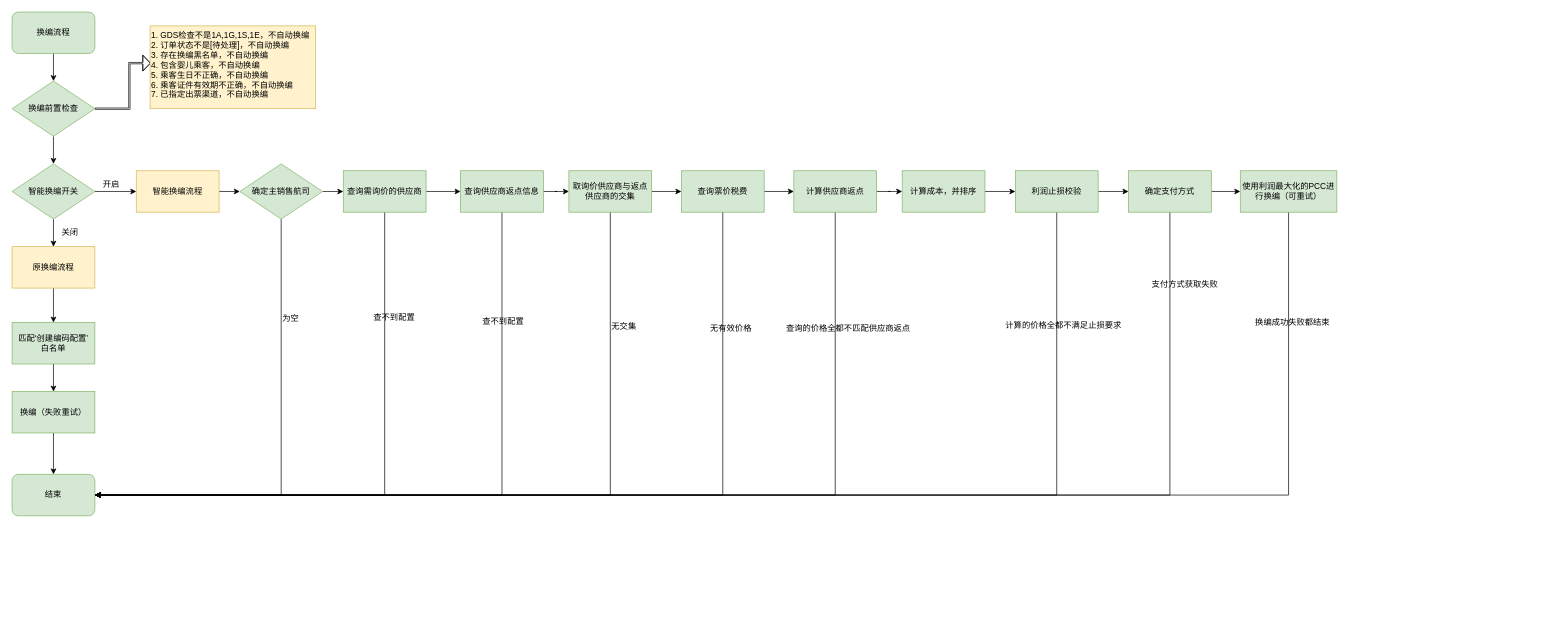
Earlier version of the draw.io diagram a1.drawio (dhyang/study). Source tidied: cells renumbered, new cells numbered last; positions are measured from the earlier drawing's top-left corner, leaving out a move shared by most shapes. Both pictures are drawn from the tidied source at 69%, with x=0, y=0 at pixel (12, 12).
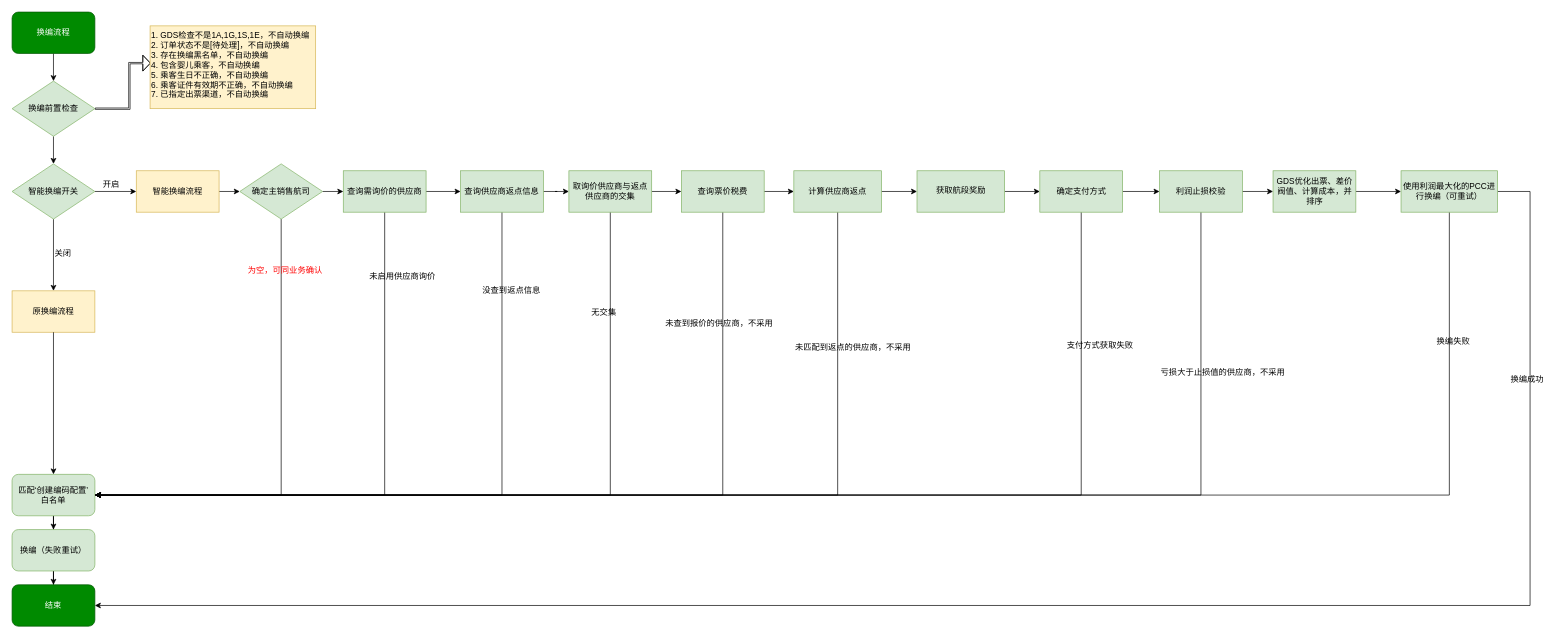
Above is the later version.

The edit, as a diff of the source:
```diff
@@
-    <mxCell id="2" style="edgeStyle=orthogonalEdgeStyle;rounded=0;jettySize=auto;html=1;exitX=0.5;exitY=1;exitDx=0;exitDy=0;entryX=0.5;entryY=0;entryDx=0;entryDy=0;" parent="1" edge="1" source="3" target="13">
-      <mxGeometry relative="1" as="geometry" />
-    </mxCell>
     <mxCell id="3" value="原换编流程" style="rounded=0;whiteSpace=wrap;html=1;fillColor=#fff2cc;strokeColor=#d6b656;" parent="1" vertex="1">
-      <mxGeometry y="340" width="120" height="60" as="geometry" />
+      <mxGeometry y="404" width="120" height="60" as="geometry" />
     </mxCell>
@@
-    <mxCell id="11" value="换编流程" style="rounded=1;whiteSpace=wrap;html=1;fillColor=#d5e8d4;strokeColor=#82b366;" parent="1" vertex="1">
+    <mxCell id="11" value="换编流程" style="rounded=1;whiteSpace=wrap;html=1;fillColor=#008a00;strokeColor=#005700;fontColor=#ffffff;" parent="1" vertex="1">
       <mxGeometry width="120" height="60" as="geometry" />
     </mxCell>
-    <mxCell id="12" style="edgeStyle=orthogonalEdgeStyle;rounded=0;jettySize=auto;html=1;exitX=0.5;exitY=1;exitDx=0;exitDy=0;entryX=0.5;entryY=0;entryDx=0;entryDy=0;" parent="1" edge="1" source="13" target="15">
-      <mxGeometry relative="1" as="geometry" />
-    </mxCell>
-    <mxCell id="13" value="匹配‘创建编码配置’&lt;br&gt;白名单" style="rounded=0;whiteSpace=wrap;html=1;fillColor=#d5e8d4;strokeColor=#82b366;" parent="1" vertex="1">
-      <mxGeometry y="450" width="120" height="60" as="geometry" />
-    </mxCell>
-    <mxCell id="14" style="edgeStyle=orthogonalEdgeStyle;rounded=0;jettySize=auto;html=1;exitX=0.5;exitY=1;exitDx=0;exitDy=0;entryX=0.5;entryY=0;entryDx=0;entryDy=0;" parent="1" edge="1" source="15" target="16">
+    <mxCell id="14" style="edgeStyle=orthogonalEdgeStyle;rounded=0;jettySize=auto;html=1;entryX=0.5;entryY=0;entryDx=0;entryDy=0;" parent="1" edge="1" source="3" target="16">
       <mxGeometry relative="1" as="geometry" />
     </mxCell>
+    <mxCell id="59" style="edgeStyle=orthogonalEdgeStyle;rounded=0;jettySize=auto;html=1;" parent="1" edge="1" source="16" target="15">
+      <mxGeometry relative="1" as="geometry" />
+    </mxCell>
+    <mxCell id="16" value="匹配‘创建编码配置’&lt;br&gt;白名单" style="rounded=1;whiteSpace=wrap;html=1;fillColor=#d5e8d4;strokeColor=#82b366;" parent="1" vertex="1">
+      <mxGeometry y="670" width="120" height="60" as="geometry" />
+    </mxCell>
+    <mxCell id="60" style="edgeStyle=orthogonalEdgeStyle;rounded=0;jettySize=auto;html=1;" parent="1" edge="1" source="15" target="61">
+      <mxGeometry relative="1" as="geometry" />
+    </mxCell>
-    <mxCell id="15" value="换编（失败重试）&lt;br&gt;" style="rounded=0;whiteSpace=wrap;html=1;fillColor=#d5e8d4;strokeColor=#82b366;" parent="1" vertex="1">
-      <mxGeometry y="550" width="120" height="60" as="geometry" />
+    <mxCell id="15" value="换编（失败重试）" style="rounded=1;whiteSpace=wrap;html=1;fillColor=#d5e8d4;strokeColor=#82b366;" parent="1" vertex="1">
+      <mxGeometry y="750" width="120" height="60" as="geometry" />
     </mxCell>
-    <mxCell id="16" value="结束" style="rounded=1;whiteSpace=wrap;html=1;fillColor=#d5e8d4;strokeColor=#82b366;" parent="1" vertex="1">
-      <mxGeometry y="670" width="120" height="60" as="geometry" />
-    </mxCell>
+    <mxCell id="61" value="结束" style="rounded=1;whiteSpace=wrap;html=1;fillColor=#008a00;strokeColor=#005700;fontColor=#ffffff;" parent="1" vertex="1">
+      <mxGeometry y="830" width="120" height="60" as="geometry" />
+    </mxCell>
     <mxCell id="17" value="关闭" style="text;html=1;align=left;verticalAlign=top;spacingTop=-4;" parent="1" vertex="1">
-      <mxGeometry x="70" y="310" width="40" height="20" as="geometry" />
+      <mxGeometry x="60" y="340" width="40" height="20" as="geometry" />
     </mxCell>
@@
-    <mxCell id="33" style="edgeStyle=orthogonalEdgeStyle;rounded=0;jettySize=auto;html=1;" parent="1" edge="1" source="34" target="36">
+    <mxCell id="33" style="edgeStyle=orthogonalEdgeStyle;rounded=0;jettySize=auto;html=1;entryX=0;entryY=0.5;entryDx=0;entryDy=0;exitX=1;exitY=0.5;exitDx=0;exitDy=0;" parent="1" edge="1" source="63" target="42">
       <mxGeometry relative="1" as="geometry" />
     </mxCell>
+    <mxCell id="62" style="edgeStyle=orthogonalEdgeStyle;rounded=0;jettySize=auto;html=1;entryX=0;entryY=0.5;entryDx=0;entryDy=0;" parent="1" edge="1" source="34" target="63">
+      <mxGeometry relative="1" as="geometry" />
+    </mxCell>
     <mxCell id="34" value="计算供应商返点" style="rounded=0;whiteSpace=wrap;html=1;fillColor=#d5e8d4;strokeColor=#82b366;" parent="1" vertex="1">
-      <mxGeometry x="1133" y="230" width="120" height="60" as="geometry" />
+      <mxGeometry x="1133" y="230" width="127" height="60" as="geometry" />
     </mxCell>
+    <mxCell id="63" value="&lt;pre&gt;&lt;span&gt;获取航段奖励&lt;/span&gt;&lt;/pre&gt;" style="rounded=0;whiteSpace=wrap;html=1;fillColor=#d5e8d4;strokeColor=#82b366;" parent="1" vertex="1">
+      <mxGeometry x="1311.5" y="230" width="127" height="60" as="geometry" />
+    </mxCell>
-    <mxCell id="35" style="edgeStyle=orthogonalEdgeStyle;rounded=0;jettySize=auto;html=1;" parent="1" edge="1" source="36" target="39">
+    <mxCell id="35" style="edgeStyle=orthogonalEdgeStyle;rounded=0;jettySize=auto;html=1;entryX=0;entryY=0.5;entryDx=0;entryDy=0;" parent="1" edge="1" source="36" target="44">
       <mxGeometry relative="1" as="geometry" />
     </mxCell>
-    <mxCell id="36" value="计算成本，并排序" style="rounded=0;whiteSpace=wrap;html=1;fillColor=#d5e8d4;strokeColor=#82b366;" parent="1" vertex="1">
-      <mxGeometry x="1290" y="230" width="120" height="60" as="geometry" />
+    <mxCell id="36" value="GDS优化出票、差价阀值、计算成本，并排序" style="rounded=0;whiteSpace=wrap;html=1;fillColor=#d5e8d4;strokeColor=#82b366;" parent="1" vertex="1">
+      <mxGeometry x="1827.5" y="230" width="120" height="60" as="geometry" />
     </mxCell>
@@
-    <mxCell id="38" style="edgeStyle=orthogonalEdgeStyle;rounded=0;jettySize=auto;html=1;" parent="1" edge="1" source="39" target="42">
+    <mxCell id="38" style="edgeStyle=orthogonalEdgeStyle;rounded=0;jettySize=auto;html=1;" parent="1" edge="1" source="39" target="36">
       <mxGeometry relative="1" as="geometry" />
     </mxCell>
     <mxCell id="39" value="利润止损校验" style="rounded=0;whiteSpace=wrap;html=1;fillColor=#d5e8d4;strokeColor=#82b366;" parent="1" vertex="1">
-      <mxGeometry x="1454" y="230" width="120" height="60" as="geometry" />
+      <mxGeometry x="1663" y="230" width="120" height="60" as="geometry" />
     </mxCell>
@@
-    <mxCell id="41" style="edgeStyle=orthogonalEdgeStyle;rounded=0;jettySize=auto;html=1;" parent="1" edge="1" source="42" target="44">
+    <mxCell id="41" style="edgeStyle=orthogonalEdgeStyle;rounded=0;jettySize=auto;html=1;entryX=0;entryY=0.5;entryDx=0;entryDy=0;" parent="1" edge="1" source="42" target="39">
       <mxGeometry relative="1" as="geometry" />
     </mxCell>
     <mxCell id="42" value="确定支付方式" style="rounded=0;whiteSpace=wrap;html=1;fillColor=#d5e8d4;strokeColor=#82b366;" parent="1" vertex="1">
-      <mxGeometry x="1618" y="230" width="120" height="60" as="geometry" />
+      <mxGeometry x="1489.5" y="230" width="120" height="60" as="geometry" />
     </mxCell>
@@
+    <mxCell id="64" style="edgeStyle=orthogonalEdgeStyle;rounded=0;jettySize=auto;html=1;entryX=1;entryY=0.5;entryDx=0;entryDy=0;" parent="1" edge="1" source="44" target="61">
+      <mxGeometry relative="1" as="geometry">
+        <Array as="points">
+          <mxPoint x="2200" y="260" />
+          <mxPoint x="2200" y="860" />
+        </Array>
+      </mxGeometry>
+    </mxCell>
     <mxCell id="44" value="使用利润最大化的PCC进行换编（可重试）&lt;br&gt;" style="rounded=0;whiteSpace=wrap;html=1;fillColor=#d5e8d4;strokeColor=#82b366;" parent="1" vertex="1">
-      <mxGeometry x="1780" y="230" width="140" height="60" as="geometry" />
+      <mxGeometry x="2013" y="230" width="140" height="60" as="geometry" />
     </mxCell>
@@
-    <mxCell id="48" value="查不到配置&lt;br&gt;&lt;br&gt;" style="text;html=1;align=left;verticalAlign=top;spacingTop=-4;" parent="1" vertex="1">
-      <mxGeometry x="522" y="433" width="80" height="30" as="geometry" />
+    <mxCell id="48" value="未启用供应商询价" style="text;html=1;align=left;verticalAlign=top;spacingTop=-4;" parent="1" vertex="1">
+      <mxGeometry x="516" y="374" width="110" height="20" as="geometry" />
     </mxCell>
-    <mxCell id="49" value="查不到配置&lt;br&gt;&lt;br&gt;" style="text;html=1;align=left;verticalAlign=top;spacingTop=-4;" parent="1" vertex="1">
-      <mxGeometry x="680" y="438" width="80" height="30" as="geometry" />
+    <mxCell id="49" value="没查到返点信息&lt;br&gt;" style="text;html=1;align=left;verticalAlign=top;spacingTop=-4;" parent="1" vertex="1">
+      <mxGeometry x="680" y="394" width="100" height="20" as="geometry" />
     </mxCell>
     <mxCell id="50" value="无交集&lt;br&gt;&lt;br&gt;" style="text;html=1;align=left;verticalAlign=top;spacingTop=-4;" parent="1" vertex="1">
-      <mxGeometry x="867" y="446" width="50" height="30" as="geometry" />
+      <mxGeometry x="837.5" y="426" width="50" height="30" as="geometry" />
     </mxCell>
-    <mxCell id="51" value="无有效价格" style="text;html=1;align=left;verticalAlign=top;spacingTop=-4;" parent="1" vertex="1">
-      <mxGeometry x="1010" y="448" width="80" height="20" as="geometry" />
+    <mxCell id="51" value="未查到报价的供应商，不采用" style="text;html=1;align=left;verticalAlign=top;spacingTop=-4;" parent="1" vertex="1">
+      <mxGeometry x="945" y="441" width="170" height="20" as="geometry" />
     </mxCell>
-    <mxCell id="52" value="查询的价格全都不匹配供应商返点" style="text;html=1;align=left;verticalAlign=top;spacingTop=-4;" parent="1" vertex="1">
-      <mxGeometry x="1120" y="448" width="200" height="20" as="geometry" />
+    <mxCell id="52" value="未匹配到返点的供应商，不采用" style="text;html=1;align=left;verticalAlign=top;spacingTop=-4;" parent="1" vertex="1">
+      <mxGeometry x="1133" y="476" width="180" height="20" as="geometry" />
     </mxCell>
-    <mxCell id="53" value="计算的价格全都不满足止损要求&lt;br&gt;&lt;br&gt;" style="text;html=1;align=left;verticalAlign=top;spacingTop=-4;" parent="1" vertex="1">
-      <mxGeometry x="1438" y="444" width="180" height="30" as="geometry" />
+    <mxCell id="53" value="亏损大于止损值的供应商，不采用&lt;br&gt;" style="text;html=1;align=left;verticalAlign=top;spacingTop=-4;" parent="1" vertex="1">
+      <mxGeometry x="1663" y="513" width="200" height="20" as="geometry" />
     </mxCell>
-    <mxCell id="54" value="换编成功失败都结束" style="text;html=1;align=left;verticalAlign=top;spacingTop=-4;" parent="1" vertex="1">
-      <mxGeometry x="1800" y="440" width="120" height="20" as="geometry" />
+    <mxCell id="54" value="换编失败" style="text;html=1;align=left;verticalAlign=top;spacingTop=-4;" parent="1" vertex="1">
+      <mxGeometry x="2063" y="468" width="60" height="20" as="geometry" />
     </mxCell>
     <mxCell id="55" value="支付方式获取失败&lt;br&gt;&lt;br&gt;" style="text;html=1;align=left;verticalAlign=top;spacingTop=-4;" parent="1" vertex="1">
-      <mxGeometry x="1650" y="385" width="110" height="30" as="geometry" />
+      <mxGeometry x="1527" y="473" width="110" height="30" as="geometry" />
     </mxCell>
@@
-    <mxCell id="58" value="为空" style="text;html=1;align=left;verticalAlign=top;spacingTop=-4;" parent="1" vertex="1">
-      <mxGeometry x="390" y="434" width="40" height="20" as="geometry" />
+    <mxCell id="58" value="&lt;font color=&quot;#ff0000&quot;&gt;为空，可同业务确认&lt;/font&gt;&lt;br&gt;" style="text;html=1;align=left;verticalAlign=top;spacingTop=-4;" parent="1" vertex="1">
+      <mxGeometry x="340" y="364" width="120" height="20" as="geometry" />
     </mxCell>
+    <mxCell id="65" value="换编成功" style="text;html=1;align=left;verticalAlign=top;spacingTop=-4;" parent="1" vertex="1">
+      <mxGeometry x="2170" y="523" width="60" height="20" as="geometry" />
+    </mxCell>
```
